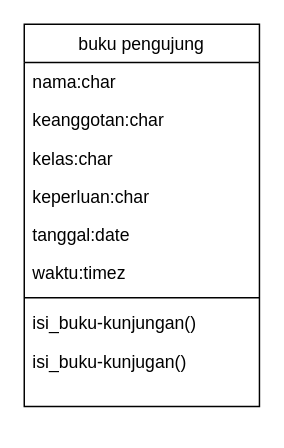
Earlier version of the draw.io diagram class-dia.drawio (septihadiilham/TUGAS-PAK-ADI). Source tidied: cells renumbered, new cells numbered last; positions are measured from the earlier drawing's top-left corner, leaving out a move shared by most shapes. Both pictures are drawn from the tidied source at 147%, with x=0, y=0 at pixel (24, 24).
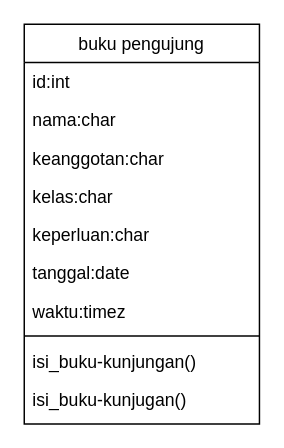
The same diagram, later.

Change to the diagram source:
```diff
@@
 <mxGraphModel>
   <root>
     <mxCell id="0" />
     <mxCell id="1" parent="0" />
     <mxCell id="2" value="buku pengujung" style="swimlane;fontStyle=0;align=center;verticalAlign=top;horizontal=1;startSize=26;rounded=0;shadow=0;strokeWidth=1;" parent="1" vertex="1">
-      <mxGeometry width="160" height="260" as="geometry" />
+      <mxGeometry width="160" height="272" as="geometry" />
     </mxCell>
+    <mxCell id="12" value="id:int" style="text;align=left;verticalAlign=top;spacingLeft=4;spacingRight=4;overflow=hidden;" parent="2" vertex="1">
+      <mxGeometry y="26" width="160" height="26" as="geometry" />
+    </mxCell>
     <mxCell id="3" value="nama:char" style="text;align=left;verticalAlign=top;spacingLeft=4;spacingRight=4;overflow=hidden;" parent="2" vertex="1">
-      <mxGeometry y="26" width="160" height="26" as="geometry" />
+      <mxGeometry y="52" width="160" height="26" as="geometry" />
     </mxCell>
     <mxCell id="4" value="keanggotan:char" style="text;align=left;verticalAlign=top;spacingLeft=4;spacingRight=4;overflow=hidden;rounded=0;shadow=0;html=0;" parent="2" vertex="1">
-      <mxGeometry y="52" width="160" height="26" as="geometry" />
+      <mxGeometry y="78" width="160" height="26" as="geometry" />
     </mxCell>
     <mxCell id="5" value="kelas:char" style="text;align=left;verticalAlign=top;spacingLeft=4;spacingRight=4;overflow=hidden;rounded=0;shadow=0;html=0;" parent="2" vertex="1">
-      <mxGeometry y="78" width="160" height="26" as="geometry" />
+      <mxGeometry y="104" width="160" height="26" as="geometry" />
     </mxCell>
     <mxCell id="6" value="keperluan:char" style="text;align=left;verticalAlign=top;spacingLeft=4;spacingRight=4;overflow=hidden;rounded=0;shadow=0;html=0;" parent="2" vertex="1">
-      <mxGeometry y="104" width="160" height="26" as="geometry" />
+      <mxGeometry y="130" width="160" height="26" as="geometry" />
     </mxCell>
     <mxCell id="7" value="tanggal:date" style="text;align=left;verticalAlign=top;spacingLeft=4;spacingRight=4;overflow=hidden;rounded=0;shadow=0;html=0;" parent="2" vertex="1">
-      <mxGeometry y="130" width="160" height="26" as="geometry" />
+      <mxGeometry y="156" width="160" height="26" as="geometry" />
     </mxCell>
     <mxCell id="8" value="waktu:timez" style="text;align=left;verticalAlign=top;spacingLeft=4;spacingRight=4;overflow=hidden;rounded=0;shadow=0;html=0;" parent="2" vertex="1">
-      <mxGeometry y="156" width="160" height="26" as="geometry" />
+      <mxGeometry y="182" width="160" height="26" as="geometry" />
     </mxCell>
     <mxCell id="9" style="line;html=1;strokeWidth=1;align=left;verticalAlign=middle;spacingTop=-1;spacingLeft=3;spacingRight=3;labelPosition=right;" parent="2" vertex="1">
-      <mxGeometry y="182" width="160" height="8" as="geometry" />
+      <mxGeometry y="208" width="160" height="8" as="geometry" />
     </mxCell>
     <mxCell id="10" value="isi_buku-kunjungan()" style="text;align=left;verticalAlign=top;spacingLeft=4;spacingRight=4;overflow=hidden;" parent="2" vertex="1">
-      <mxGeometry y="190" width="160" height="26" as="geometry" />
+      <mxGeometry y="216" width="160" height="26" as="geometry" />
     </mxCell>
     <mxCell id="11" value="isi_buku-kunjugan()" style="text;align=left;verticalAlign=top;spacingLeft=4;spacingRight=4;overflow=hidden;" parent="2" vertex="1">
-      <mxGeometry y="216" width="160" height="30" as="geometry" />
+      <mxGeometry y="242" width="160" height="30" as="geometry" />
     </mxCell>
   </root>
 </mxGraphModel>
```
